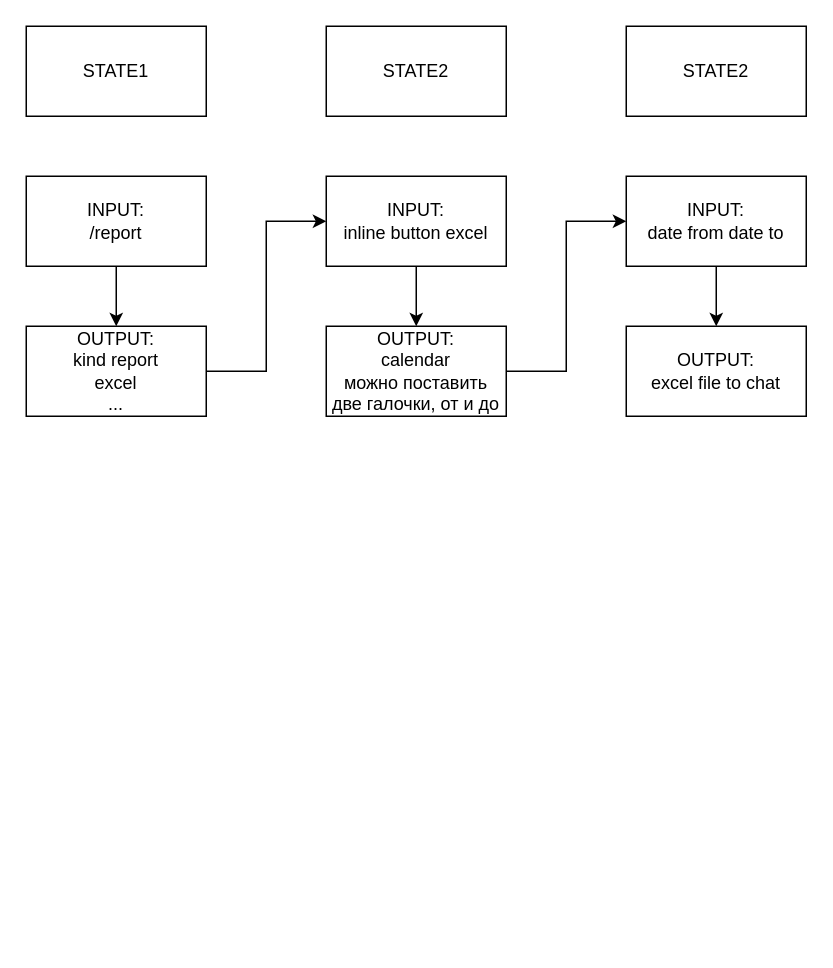
The draw.io diagram page "Страница — 2" (2 of 2) of autobidder.drawio in KmvRoman/Diagrams, before the edit. Source tidied: cells renumbered, new cells numbered last; positions are measured from the earlier drawing's top-left corner, leaving out a move shared by most shapes. Both pictures are drawn from the tidied source at 150%, with x=0, y=0 at pixel (26, 26).
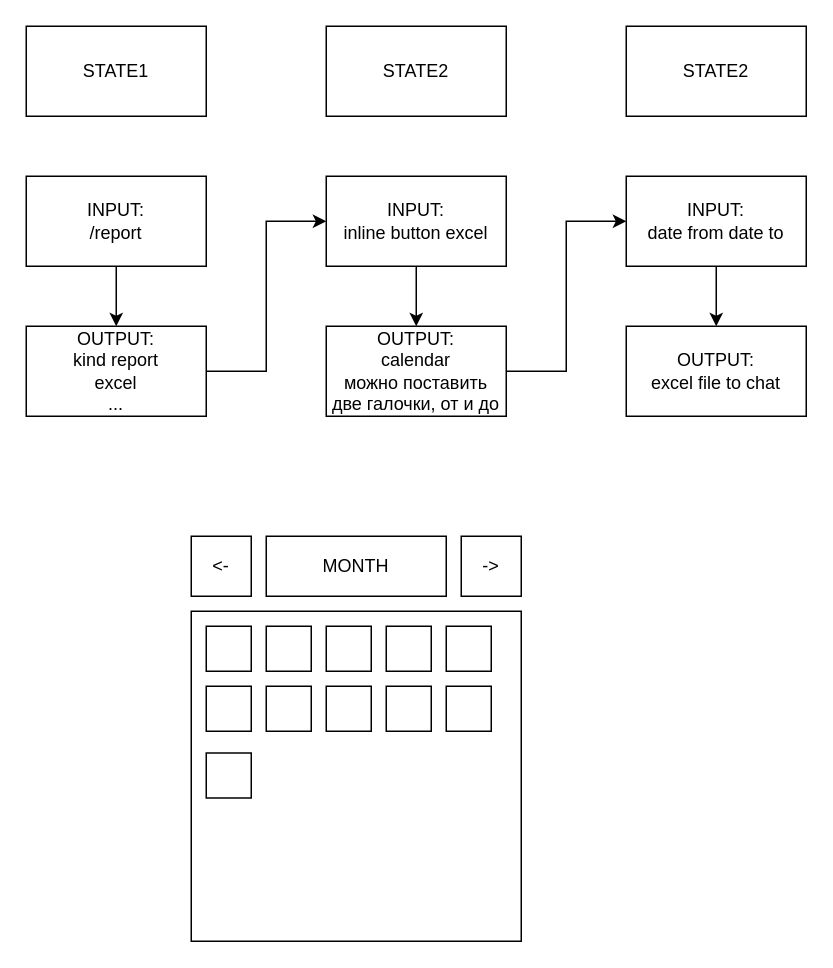
The same diagram, later.

Diff of the diagram source:
```diff
@@
+    <mxCell id="16" value="MONTH" style="rounded=0;whiteSpace=wrap;html=1;" parent="1" vertex="1">
+      <mxGeometry x="160" y="340" width="120" height="40" as="geometry" />
+    </mxCell>
+    <mxCell id="17" value="-&amp;gt;" style="rounded=0;whiteSpace=wrap;html=1;" parent="1" vertex="1">
+      <mxGeometry x="290" y="340" width="40" height="40" as="geometry" />
+    </mxCell>
+    <mxCell id="18" value="&amp;lt;-" style="rounded=0;whiteSpace=wrap;html=1;" parent="1" vertex="1">
+      <mxGeometry x="110" y="340" width="40" height="40" as="geometry" />
+    </mxCell>
+    <mxCell id="19" style="rounded=0;whiteSpace=wrap;html=1;" parent="1" vertex="1">
+      <mxGeometry x="110" y="390" width="220" height="220" as="geometry" />
+    </mxCell>
+    <mxCell id="20" style="rounded=0;whiteSpace=wrap;html=1;" parent="1" vertex="1">
+      <mxGeometry x="120" y="400" width="30" height="30" as="geometry" />
+    </mxCell>
+    <mxCell id="21" style="rounded=0;whiteSpace=wrap;html=1;" parent="1" vertex="1">
+      <mxGeometry x="160" y="400" width="30" height="30" as="geometry" />
+    </mxCell>
+    <mxCell id="22" style="rounded=0;whiteSpace=wrap;html=1;" parent="1" vertex="1">
+      <mxGeometry x="200" y="400" width="30" height="30" as="geometry" />
+    </mxCell>
+    <mxCell id="23" style="rounded=0;whiteSpace=wrap;html=1;" parent="1" vertex="1">
+      <mxGeometry x="240" y="400" width="30" height="30" as="geometry" />
+    </mxCell>
+    <mxCell id="24" style="rounded=0;whiteSpace=wrap;html=1;" parent="1" vertex="1">
+      <mxGeometry x="280" y="400" width="30" height="30" as="geometry" />
+    </mxCell>
+    <mxCell id="25" style="rounded=0;whiteSpace=wrap;html=1;" parent="1" vertex="1">
+      <mxGeometry x="120" y="440" width="30" height="30" as="geometry" />
+    </mxCell>
+    <mxCell id="26" style="rounded=0;whiteSpace=wrap;html=1;" parent="1" vertex="1">
+      <mxGeometry x="160" y="440" width="30" height="30" as="geometry" />
+    </mxCell>
+    <mxCell id="27" style="rounded=0;whiteSpace=wrap;html=1;" parent="1" vertex="1">
+      <mxGeometry x="200" y="440" width="30" height="30" as="geometry" />
+    </mxCell>
+    <mxCell id="28" style="rounded=0;whiteSpace=wrap;html=1;" parent="1" vertex="1">
+      <mxGeometry x="240" y="440" width="30" height="30" as="geometry" />
+    </mxCell>
+    <mxCell id="29" style="rounded=0;whiteSpace=wrap;html=1;" parent="1" vertex="1">
+      <mxGeometry x="280" y="440" width="30" height="30" as="geometry" />
+    </mxCell>
+    <mxCell id="30" style="rounded=0;whiteSpace=wrap;html=1;" parent="1" vertex="1">
+      <mxGeometry x="120" y="484.5" width="30" height="30" as="geometry" />
+    </mxCell>
```
